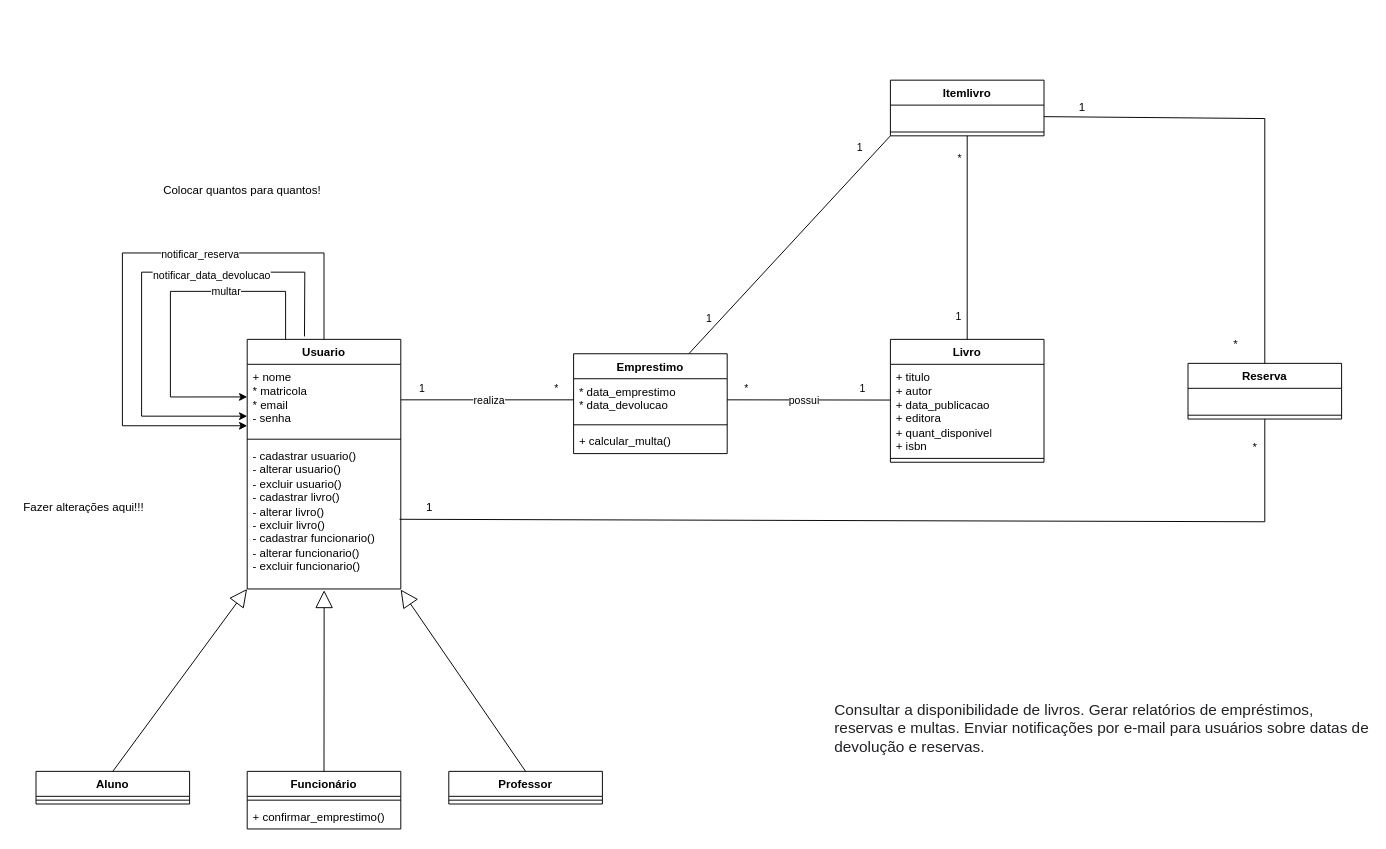
Earlier version of the draw.io diagram APOO/biblioteca_diagrama_classe.drawio (joao-marcos-azvd/Estudos-de-programacao). Source tidied: cells renumbered, new cells numbered last; positions are measured from the earlier drawing's top-left corner, leaving out a move shared by most shapes. Both pictures are drawn from the tidied source at 96%, with x=0, y=0 at pixel (16, 80).
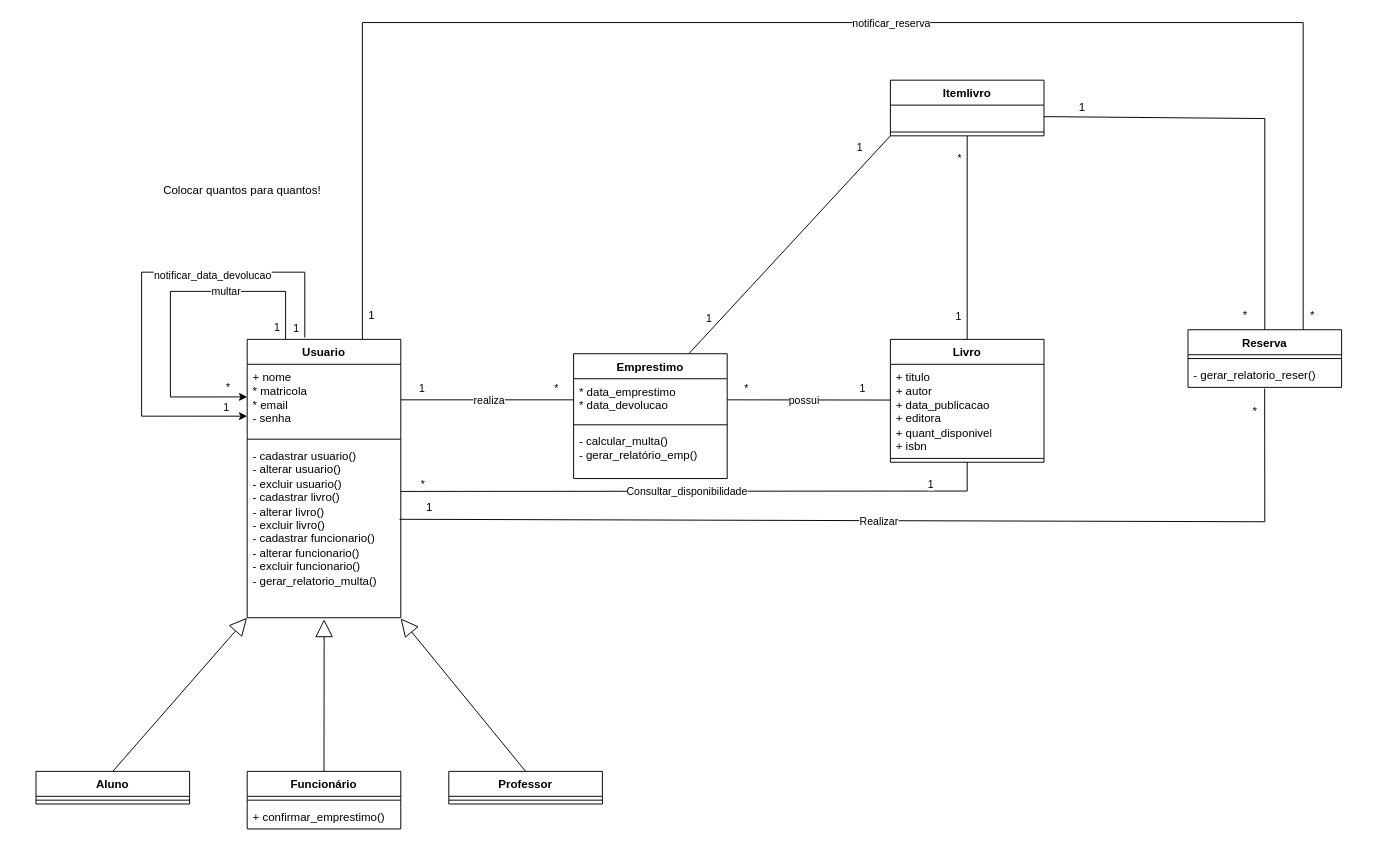
Above is the later version.

The change refers to these unchanged cells:
```xml
<mxCell id="3" value="+ nome&lt;div&gt;* matricola&lt;/div&gt;&lt;div&gt;* email&lt;/div&gt;&lt;div&gt;- senha&lt;/div&gt;" style="text;strokeColor=none;fillColor=none;align=left;verticalAlign=top;spacingLeft=4;spacingRight=4;overflow=hidden;points=[[0,0.5],[1,0.5]];portConstraint=eastwest;whiteSpace=wrap;html=1;" parent="2" vertex="1">
  <mxGeometry y="26" width="160" height="74" as="geometry" />
</mxCell>
<mxCell id="6" style="edgeStyle=none;rounded=0;jettySize=auto;html=1;exitX=0.25;exitY=0;exitDx=0;exitDy=0;entryX=0;entryY=0.459;entryDx=0;entryDy=0;entryPerimeter=0;" parent="2" edge="1" source="2" target="3">
  <mxGeometry relative="1" as="geometry">
    <Array as="points">
      <mxPoint x="40" y="-50" />
      <mxPoint x="-80" y="-50" />
      <mxPoint x="-80" y="60" />
    </Array>
  </mxGeometry>
</mxCell>
<mxCell id="10" value="Livro" style="swimlane;fontStyle=1;align=center;verticalAlign=top;horizontal=1;startSize=26;whiteSpace=wrap;html=1;" parent="1" vertex="1">
  <mxGeometry x="910" y="270" width="160" height="128" as="geometry" />
</mxCell>
<mxCell id="55" value="1" style="text;strokeColor=none;align=center;fillColor=none;html=1;verticalAlign=middle;whiteSpace=wrap;rounded=0;" parent="1" vertex="1">
  <mxGeometry x="400" y="430" width="60" height="30" as="geometry" />
</mxCell>
```

The edit, as a diff of the source:
```diff
@@
     <mxCell id="2" value="Usuario" style="swimlane;fontStyle=1;align=center;verticalAlign=top;horizontal=1;startSize=26;whiteSpace=wrap;html=1;" parent="1" vertex="1">
-      <mxGeometry x="240" y="270" width="160" height="260" as="geometry" />
+      <mxGeometry x="240" y="270" width="160" height="290" as="geometry" />
     </mxCell>
@@
-    <mxCell id="5" value="- cadastrar usuario()&lt;div&gt;- alterar usuario()&lt;/div&gt;&lt;div&gt;- excluir usuario()&lt;/div&gt;&lt;div&gt;- cadastrar livro()&lt;div&gt;- alterar livro()&lt;/div&gt;&lt;div&gt;- excluir livro()&lt;/div&gt;&lt;div&gt;- cadastrar funcionario()&lt;div&gt;- alterar funcionario()&lt;/div&gt;&lt;div&gt;- excluir&amp;nbsp;funcionario()&lt;/div&gt;&lt;/div&gt;&lt;/div&gt;&lt;div&gt;&lt;br&gt;&lt;/div&gt;" style="text;strokeColor=none;fillColor=none;align=left;verticalAlign=top;spacingLeft=4;spacingRight=4;overflow=hidden;points=[[0,0.5],[1,0.5]];portConstraint=eastwest;whiteSpace=wrap;html=1;" parent="2" vertex="1">
-      <mxGeometry y="108" width="160" height="152" as="geometry" />
+    <mxCell id="5" value="- cadastrar usuario()&lt;div&gt;- alterar usuario()&lt;/div&gt;&lt;div&gt;- excluir usuario()&lt;/div&gt;&lt;div&gt;- cadastrar livro()&lt;div&gt;- alterar livro()&lt;/div&gt;&lt;div&gt;- excluir livro()&lt;/div&gt;&lt;div&gt;- cadastrar funcionario()&lt;div&gt;- alterar funcionario()&lt;/div&gt;&lt;div&gt;- excluir&amp;nbsp;funcionario()&lt;/div&gt;&lt;/div&gt;&lt;/div&gt;&lt;div&gt;- gerar_relatorio_multa()&lt;/div&gt;&lt;div&gt;&lt;br&gt;&lt;/div&gt;" style="text;strokeColor=none;fillColor=none;align=left;verticalAlign=top;spacingLeft=4;spacingRight=4;overflow=hidden;points=[[0,0.5],[1,0.5]];portConstraint=eastwest;whiteSpace=wrap;html=1;" parent="2" vertex="1">
+      <mxGeometry y="108" width="160" height="182" as="geometry" />
     </mxCell>
@@
-    <mxCell id="8" style="edgeStyle=none;rounded=0;jettySize=auto;html=1;exitX=0.5;exitY=0;exitDx=0;exitDy=0;entryX=0;entryY=0.865;entryDx=0;entryDy=0;entryPerimeter=0;" parent="2" edge="1" source="2" target="3">
-      <mxGeometry relative="1" as="geometry">
-        <Array as="points">
-          <mxPoint x="80" y="-90" />
-          <mxPoint x="-130" y="-90" />
-          <mxPoint x="-130" y="90" />
-        </Array>
-      </mxGeometry>
-    </mxCell>
-    <mxCell id="9" value="notificar_reserva" style="edgeLabel;html=1;align=center;verticalAlign=middle;" parent="8" vertex="1">
-      <mxGeometry x="-0.28" y="1" relative="1" as="geometry" />
-    </mxCell>
+    <mxCell id="58" value="1" style="edgeLabel;html=1;align=center;verticalAlign=middle;" parent="6" vertex="1">
+      <mxGeometry x="-0.93" y="1" relative="1" as="geometry">
+        <mxPoint x="-9" as="offset" />
+      </mxGeometry>
+    </mxCell>
+    <mxCell id="59" value="*" style="edgeLabel;html=1;align=center;verticalAlign=middle;" parent="6" vertex="1">
+      <mxGeometry x="0.89" y="1" relative="1" as="geometry">
+        <mxPoint y="-9" as="offset" />
+      </mxGeometry>
+    </mxCell>
@@
     <mxCell id="13" value="Emprestimo" style="swimlane;fontStyle=1;align=center;verticalAlign=top;horizontal=1;startSize=26;whiteSpace=wrap;html=1;" parent="1" vertex="1">
-      <mxGeometry x="580" y="285" width="160" height="104" as="geometry" />
+      <mxGeometry x="580" y="285" width="160" height="130" as="geometry" />
     </mxCell>
@@
-    <mxCell id="16" value="+ calcular_multa()" style="text;strokeColor=none;fillColor=none;align=left;verticalAlign=top;spacingLeft=4;spacingRight=4;overflow=hidden;whiteSpace=wrap;html=1;" parent="13" vertex="1">
-      <mxGeometry y="78" width="160" height="26" as="geometry" />
+    <mxCell id="16" value="- calcular_multa()&lt;div&gt;- gerar_relatório_emp()&lt;/div&gt;" style="text;strokeColor=none;fillColor=none;align=left;verticalAlign=top;spacingLeft=4;spacingRight=4;overflow=hidden;whiteSpace=wrap;html=1;" parent="13" vertex="1">
+      <mxGeometry y="78" width="160" height="52" as="geometry" />
     </mxCell>
@@
-    <mxCell id="25" value="&lt;span style=&quot;color: rgb(32, 33, 36); font-family: docs-Roboto, Helvetica, Arial, sans-serif; font-size: 16px; font-style: normal; font-variant-ligatures: normal; font-variant-caps: normal; font-weight: 400; letter-spacing: normal; orphans: 2; text-align: start; text-indent: 0px; text-transform: none; widows: 2; word-spacing: 0px; -webkit-text-stroke-width: 0px; white-space: normal; background-color: rgb(255, 255, 255); text-decoration-thickness: initial; text-decoration-style: initial; text-decoration-color: initial; display: inline !important; float: none;&quot;&gt;Consultar a disponibilidade de livros. Gerar relatórios de empréstimos, reservas e multas. Enviar notificações por e-mail para usuários sobre datas de devolução e reservas.&lt;/span&gt;" style="text;whiteSpace=wrap;html=1;" parent="1" vertex="1">
-      <mxGeometry x="850" y="640" width="560" height="100" as="geometry" />
-    </mxCell>
-    <mxCell id="26" style="edgeStyle=none;rounded=0;jettySize=auto;html=1;exitX=0.373;exitY=-0.012;exitDx=0;exitDy=0;entryX=0;entryY=0.73;entryDx=0;entryDy=0;entryPerimeter=0;exitPerimeter=0;" parent="1" edge="1" source="2" target="3">
+    <mxCell id="26" style="edgeStyle=none;rounded=0;jettySize=auto;html=1;entryX=0;entryY=0.73;entryDx=0;entryDy=0;entryPerimeter=0;" parent="1" edge="1" target="3">
       <mxGeometry relative="1" as="geometry">
+        <mxPoint x="300" y="268" as="sourcePoint" />
         <Array as="points">
           <mxPoint x="300" y="200" />
           <mxPoint x="130" y="200" />
           <mxPoint x="130" y="350" />
         </Array>
       </mxGeometry>
     </mxCell>
@@
+    <mxCell id="60" value="1" style="edgeLabel;html=1;align=center;verticalAlign=middle;" parent="26" vertex="1">
+      <mxGeometry x="-0.96" relative="1" as="geometry">
+        <mxPoint x="-10" as="offset" />
+      </mxGeometry>
+    </mxCell>
+    <mxCell id="61" value="1" style="edgeLabel;html=1;align=center;verticalAlign=middle;" parent="26" vertex="1">
+      <mxGeometry x="0.91" y="-1" relative="1" as="geometry">
+        <mxPoint y="-11" as="offset" />
+      </mxGeometry>
+    </mxCell>
@@
-    <mxCell id="47" value="Reserva" style="swimlane;fontStyle=1;align=center;verticalAlign=top;horizontal=1;startSize=26;whiteSpace=wrap;html=1;" parent="1" vertex="1">
-      <mxGeometry x="1220" y="295" width="160" height="58" as="geometry" />
-    </mxCell>
-    <mxCell id="48" value="&lt;div&gt;&lt;br&gt;&lt;/div&gt;" style="text;strokeColor=none;fillColor=none;align=left;verticalAlign=top;spacingLeft=4;spacingRight=4;overflow=hidden;whiteSpace=wrap;html=1;" parent="47" vertex="1">
-      <mxGeometry y="26" width="160" height="24" as="geometry" />
-    </mxCell>
-    <mxCell id="49" style="line;strokeWidth=1;fillColor=none;align=left;verticalAlign=middle;spacingTop=-1;spacingLeft=3;spacingRight=3;labelPosition=right;strokeColor=inherit;" parent="47" vertex="1">
-      <mxGeometry y="50" width="160" height="8" as="geometry" />
-    </mxCell>
@@
-    <mxCell id="51" style="endArrow=none;html=1;rounded=0;entryX=-0.022;entryY=0.914;entryDx=0;entryDy=0;entryPerimeter=0;exitX=0.5;exitY=1;exitDx=0;exitDy=0;" parent="1" edge="1" source="47" target="55">
-      <mxGeometry relative="1" as="geometry">
+    <mxCell id="51" value="Realizar" style="endArrow=none;html=1;rounded=0;entryX=-0.022;entryY=0.914;entryDx=0;entryDy=0;entryPerimeter=0;exitX=0.499;exitY=1.046;exitDx=0;exitDy=0;exitPerimeter=0;" parent="1" edge="1" source="63" target="55">
+      <mxGeometry x="0.04" y="1" relative="1" as="geometry">
         <Array as="points">
           <mxPoint x="1300" y="460" />
         </Array>
       </mxGeometry>
     </mxCell>
@@
     <mxCell id="53" value="*" style="text;strokeColor=none;align=center;fillColor=none;html=1;verticalAlign=middle;whiteSpace=wrap;rounded=0;" parent="1" vertex="1">
-      <mxGeometry x="1240" y="260" width="60" height="30" as="geometry" />
+      <mxGeometry x="1250" y="230" width="60" height="30" as="geometry" />
     </mxCell>
     <mxCell id="54" value="*" style="text;strokeColor=none;align=center;fillColor=none;html=1;verticalAlign=middle;whiteSpace=wrap;rounded=0;" parent="1" vertex="1">
-      <mxGeometry x="1260" y="368" width="60" height="30" as="geometry" />
+      <mxGeometry x="1260" y="330" width="60" height="30" as="geometry" />
     </mxCell>
@@
-    <mxCell id="56" value="Fazer alterações aqui!!!" style="text;strokeColor=none;align=center;fillColor=none;html=1;verticalAlign=middle;whiteSpace=wrap;rounded=0;" parent="1" vertex="1">
-      <mxGeometry y="415" width="140" height="60" as="geometry" />
-    </mxCell>
@@
+    <mxCell id="47" value="Reserva" style="swimlane;fontStyle=1;align=center;verticalAlign=top;horizontal=1;startSize=26;whiteSpace=wrap;html=1;" parent="1" vertex="1">
+      <mxGeometry x="1220" y="260" width="160" height="60" as="geometry" />
+    </mxCell>
+    <mxCell id="62" style="line;strokeWidth=1;fillColor=none;align=left;verticalAlign=middle;spacingTop=-1;spacingLeft=3;spacingRight=3;labelPosition=right;strokeColor=inherit;" parent="47" vertex="1">
+      <mxGeometry y="26" width="160" height="8" as="geometry" />
+    </mxCell>
+    <mxCell id="63" value="- gerar_relatorio_reser()" style="text;strokeColor=none;fillColor=none;align=left;verticalAlign=top;spacingLeft=4;spacingRight=4;overflow=hidden;points=[[0,0.5],[1,0.5]];portConstraint=eastwest;whiteSpace=wrap;html=1;" parent="47" vertex="1">
+      <mxGeometry y="34" width="160" height="26" as="geometry" />
+    </mxCell>
+    <mxCell id="64" value="Consultar_disponibilidade" style="endArrow=none;html=1;rounded=0;entryX=0.999;entryY=0.277;entryDx=0;entryDy=0;entryPerimeter=0;exitX=0.5;exitY=1;exitDx=0;exitDy=0;" parent="1" edge="1" source="10" target="5">
+      <mxGeometry x="0.04" y="1" relative="1" as="geometry">
+        <Array as="points">
+          <mxPoint x="990" y="428" />
+        </Array>
+      </mxGeometry>
+    </mxCell>
+    <mxCell id="65" value="1" style="edgeLabel;html=1;align=center;verticalAlign=middle;" parent="64" vertex="1">
+      <mxGeometry x="-0.79" y="2" relative="1" as="geometry">
+        <mxPoint x="-4" y="-10" as="offset" />
+      </mxGeometry>
+    </mxCell>
+    <mxCell id="66" value="*" style="edgeLabel;html=1;align=center;verticalAlign=middle;" parent="64" vertex="1">
+      <mxGeometry x="0.93" relative="1" as="geometry">
+        <mxPoint y="-8" as="offset" />
+      </mxGeometry>
+    </mxCell>
+    <mxCell id="67" style="endArrow=none;html=1;rounded=0;exitX=0.75;exitY=0;exitDx=0;exitDy=0;entryX=0.75;entryY=0;entryDx=0;entryDy=0;" parent="1" edge="1" source="47" target="2">
+      <mxGeometry relative="1" as="geometry">
+        <Array as="points">
+          <mxPoint x="1340" y="-60" />
+          <mxPoint x="360" y="-60" />
+        </Array>
+      </mxGeometry>
+    </mxCell>
+    <mxCell id="9" value="notificar_reserva" style="edgeLabel;html=1;align=center;verticalAlign=middle;" parent="67" vertex="1">
+      <mxGeometry x="-0.08" relative="1" as="geometry" />
+    </mxCell>
+    <mxCell id="68" value="1" style="text;strokeColor=none;align=center;fillColor=none;html=1;verticalAlign=middle;whiteSpace=wrap;rounded=0;" parent="1" vertex="1">
+      <mxGeometry x="340" y="230" width="60" height="30" as="geometry" />
+    </mxCell>
+    <mxCell id="69" value="*" style="text;strokeColor=none;align=center;fillColor=none;html=1;verticalAlign=middle;whiteSpace=wrap;rounded=0;" parent="1" vertex="1">
+      <mxGeometry x="1320" y="230" width="60" height="30" as="geometry" />
+    </mxCell>
```
